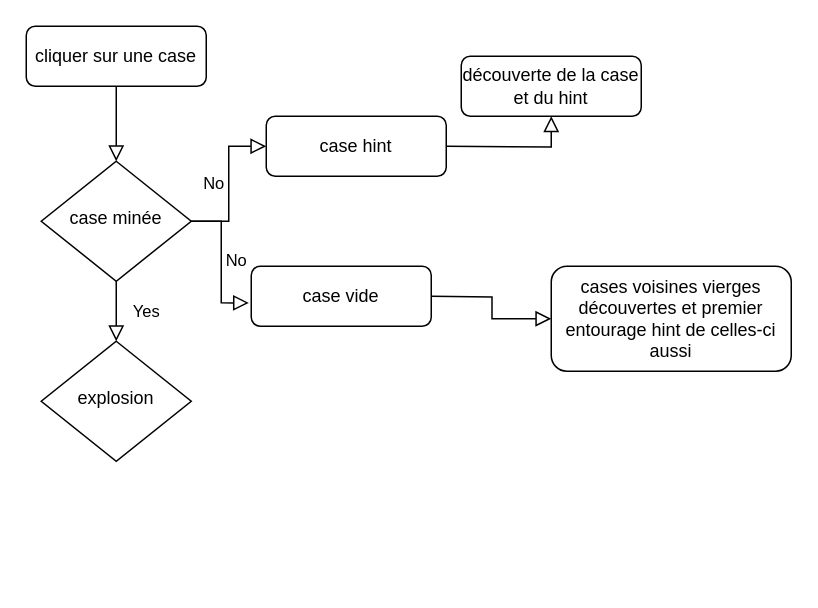
This is Diagramme sans nom.drawio from emilyllg/filrougeEJL, a draw.io file, before an edit. Source tidied: cells renumbered, new cells numbered last; positions are measured from the earlier drawing's top-left corner, leaving out a move shared by most shapes. Both pictures are drawn from the tidied source at 150%, with x=0, y=0 at pixel (26, 26).
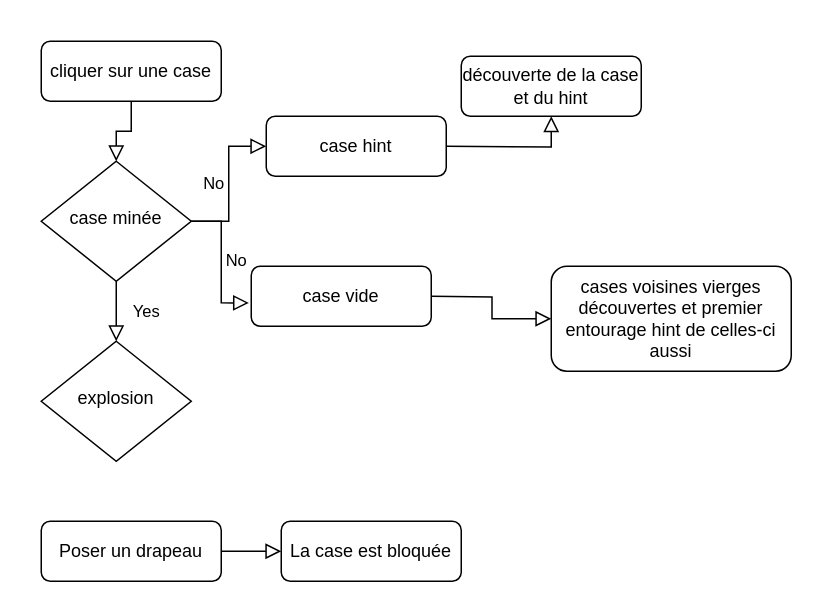
The same page after the edit.

Commit message:
Mettre à jour Diagramme sans nom.drawio

Change to the diagram source:
```diff
@@
 <mxGraphModel>
   <root>
     <mxCell id="0" />
     <mxCell id="1" parent="0" />
-    <mxCell id="2" style="rounded=0;html=1;jettySize=auto;fontSize=11;endArrow=block;endFill=0;endSize=8;strokeWidth=1;shadow=0;labelBackgroundColor=none;edgeStyle=orthogonalEdgeStyle;" parent="1" edge="1" source="3" target="6">
-      <mxGeometry relative="1" as="geometry" />
-    </mxCell>
-    <mxCell id="3" value="cliquer sur une case" style="rounded=1;whiteSpace=wrap;html=1;fontSize=12;glass=0;strokeWidth=1;shadow=0;" parent="1" vertex="1">
-      <mxGeometry width="120" height="40" as="geometry" />
+    <mxCell id="3" value="Poser un drapeau" style="rounded=1;whiteSpace=wrap;html=1;fontSize=12;glass=0;strokeWidth=1;shadow=0;" parent="1" vertex="1">
+      <mxGeometry x="10" y="330" width="120" height="40" as="geometry" />
     </mxCell>
     <mxCell id="4" value="Yes" style="rounded=0;html=1;jettySize=auto;fontSize=11;endArrow=block;endFill=0;endSize=8;strokeWidth=1;shadow=0;labelBackgroundColor=none;edgeStyle=orthogonalEdgeStyle;" parent="1" edge="1" source="6" target="8">
       <mxGeometry y="20" relative="1" as="geometry" />
     </mxCell>
     <mxCell id="5" value="No" style="edgeStyle=orthogonalEdgeStyle;rounded=0;html=1;jettySize=auto;fontSize=11;endArrow=block;endFill=0;endSize=8;strokeWidth=1;shadow=0;labelBackgroundColor=none;" parent="1" edge="1" source="6" target="7">
       <mxGeometry y="10" relative="1" as="geometry" />
     </mxCell>
     <mxCell id="6" value="case minée " style="rhombus;whiteSpace=wrap;html=1;shadow=0;fontFamily=Helvetica;fontSize=12;align=center;strokeWidth=1;spacing=6;spacingTop=-4;" parent="1" vertex="1">
       <mxGeometry x="10" y="90" width="100" height="80" as="geometry" />
     </mxCell>
     <mxCell id="7" value="case hint" style="rounded=1;whiteSpace=wrap;html=1;fontSize=12;glass=0;strokeWidth=1;shadow=0;" parent="1" vertex="1">
       <mxGeometry x="160" y="60" width="120" height="40" as="geometry" />
     </mxCell>
     <mxCell id="8" value="explosion" style="rhombus;whiteSpace=wrap;html=1;shadow=0;fontFamily=Helvetica;fontSize=12;align=center;strokeWidth=1;spacing=6;spacingTop=-4;" parent="1" vertex="1">
       <mxGeometry x="10" y="210" width="100" height="80" as="geometry" />
     </mxCell>
     <mxCell id="9" value="case vide" style="rounded=1;whiteSpace=wrap;html=1;fontSize=12;glass=0;strokeWidth=1;shadow=0;" parent="1" vertex="1">
       <mxGeometry x="150" y="160" width="120" height="40" as="geometry" />
     </mxCell>
     <mxCell id="10" value="No" style="edgeStyle=orthogonalEdgeStyle;rounded=0;html=1;jettySize=auto;fontSize=11;endArrow=block;endFill=0;endSize=8;strokeWidth=1;shadow=0;labelBackgroundColor=none;exitX=1;exitY=0.5;exitDx=0;exitDy=0;entryX=-0.013;entryY=0.611;entryDx=0;entryDy=0;entryPerimeter=0;" parent="1" edge="1" source="6" target="9">
       <mxGeometry y="10" relative="1" as="geometry" />
     </mxCell>
     <mxCell id="11" value="découverte de la case et du hint" style="rounded=1;whiteSpace=wrap;html=1;fontSize=12;glass=0;strokeWidth=1;shadow=0;" parent="1" vertex="1">
       <mxGeometry x="290" y="20" width="120" height="40" as="geometry" />
     </mxCell>
     <mxCell id="12" style="edgeStyle=orthogonalEdgeStyle;rounded=0;html=1;jettySize=auto;fontSize=11;endArrow=block;endFill=0;endSize=8;strokeWidth=1;shadow=0;labelBackgroundColor=none;entryX=0.5;entryY=1;entryDx=0;entryDy=0;" parent="1" edge="1" target="11">
       <mxGeometry y="10" relative="1" as="geometry">
         <mxPoint x="280" y="80" as="sourcePoint" />
       </mxGeometry>
     </mxCell>
     <mxCell id="13" value="cases voisines vierges découvertes et premier entourage hint de celles-ci aussi " style="rounded=1;whiteSpace=wrap;html=1;fontSize=12;glass=0;strokeWidth=1;shadow=0;" parent="1" vertex="1">
       <mxGeometry x="350" y="160" width="160" height="70" as="geometry" />
     </mxCell>
     <mxCell id="14" style="edgeStyle=orthogonalEdgeStyle;rounded=0;html=1;jettySize=auto;fontSize=11;endArrow=block;endFill=0;endSize=8;strokeWidth=1;shadow=0;labelBackgroundColor=none;entryX=0;entryY=0.5;entryDx=0;entryDy=0;" parent="1" edge="1" target="13">
       <mxGeometry y="10" relative="1" as="geometry">
         <mxPoint x="270" y="180" as="sourcePoint" />
       </mxGeometry>
     </mxCell>
+    <mxCell id="15" value="cliquer sur une case" style="rounded=1;whiteSpace=wrap;html=1;fontSize=12;glass=0;strokeWidth=1;shadow=0;" parent="1" vertex="1">
+      <mxGeometry x="10" y="10" width="120" height="40" as="geometry" />
+    </mxCell>
+    <mxCell id="16" style="rounded=0;html=1;jettySize=auto;fontSize=11;endArrow=block;endFill=0;endSize=8;strokeWidth=1;shadow=0;labelBackgroundColor=none;edgeStyle=orthogonalEdgeStyle;exitX=0.5;exitY=1;exitDx=0;exitDy=0;" parent="1" edge="1" source="15" target="6">
+      <mxGeometry relative="1" as="geometry" />
+    </mxCell>
+    <mxCell id="17" value="La case est bloquée" style="rounded=1;whiteSpace=wrap;html=1;fontSize=12;glass=0;strokeWidth=1;shadow=0;" parent="1" vertex="1">
+      <mxGeometry x="170" y="330" width="120" height="40" as="geometry" />
+    </mxCell>
+    <mxCell id="18" style="rounded=0;html=1;jettySize=auto;fontSize=11;endArrow=block;endFill=0;endSize=8;strokeWidth=1;shadow=0;labelBackgroundColor=none;edgeStyle=orthogonalEdgeStyle;entryX=0;entryY=0.5;entryDx=0;entryDy=0;exitX=1;exitY=0.5;exitDx=0;exitDy=0;" parent="1" edge="1" source="3" target="17">
+      <mxGeometry y="20" relative="1" as="geometry" />
+    </mxCell>
   </root>
 </mxGraphModel>
```
